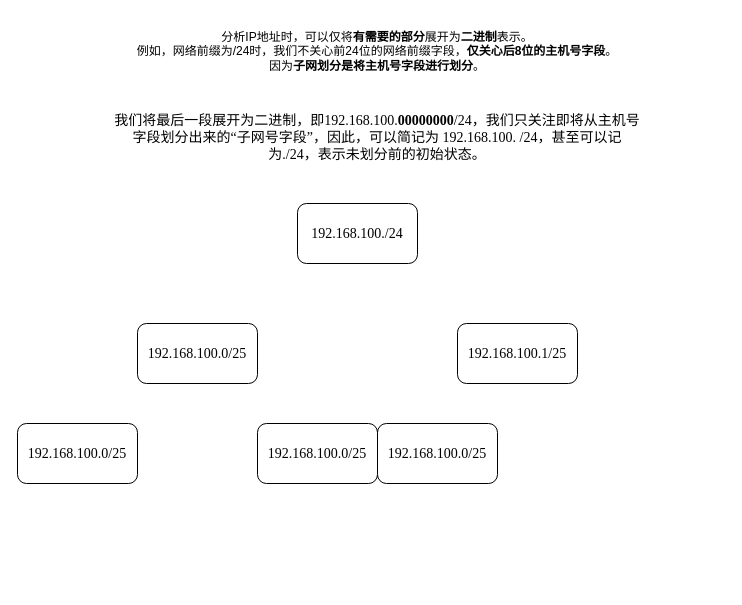
Earlier version of the draw.io diagram 绘图/变长掩码子网划分.drawio (galaxynn/PostgraduateEntranceExams). Source tidied: cells renumbered, new cells numbered last; positions are measured from the earlier drawing's top-left corner, leaving out a move shared by most shapes. Both pictures are drawn from the tidied source at 100%, with x=0, y=0 at pixel (17, 23).
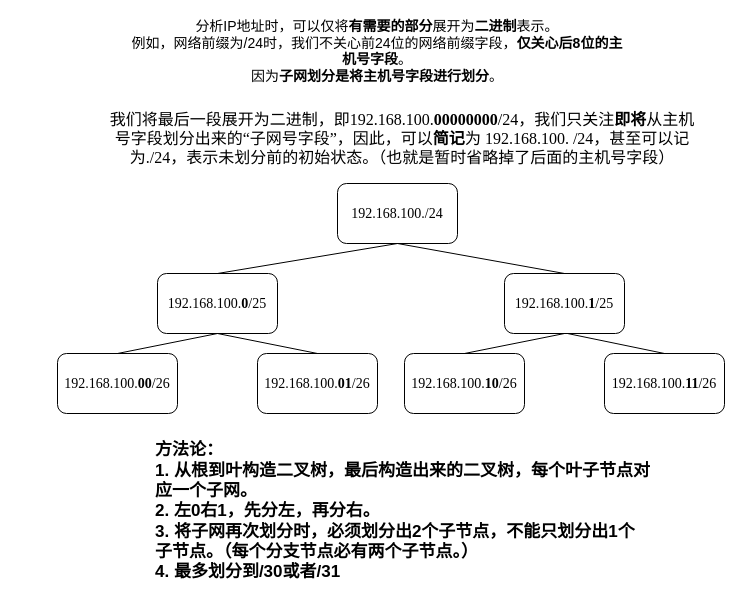
The same page after the edit.

Commit message:
vault backup: 2026-09-27 17:18:49

Change to the diagram source:
```diff
@@
 <mxGraphModel>
   <root>
     <mxCell id="0" />
     <mxCell id="1" parent="0" />
     <mxCell id="2" value="&lt;font face=&quot;Times New Roman&quot;&gt;192.168.100./24&lt;/font&gt;" style="rounded=1;whiteSpace=wrap;html=1;fontSize=14;fontFamily=Helvetica;" parent="1" vertex="1">
-      <mxGeometry x="280" y="180" width="120" height="60" as="geometry" />
+      <mxGeometry x="320" y="160" width="120" height="60" as="geometry" />
     </mxCell>
-    <mxCell id="3" value="&lt;font face=&quot;Times New Roman&quot;&gt;192.168.100.0/25&lt;/font&gt;" style="rounded=1;whiteSpace=wrap;html=1;fontSize=14;fontFamily=Helvetica;" parent="1" vertex="1">
-      <mxGeometry x="120" y="300" width="120" height="60" as="geometry" />
+    <mxCell id="3" value="&lt;font face=&quot;Times New Roman&quot;&gt;192.168.100.&lt;b&gt;0&lt;/b&gt;/25&lt;/font&gt;" style="rounded=1;whiteSpace=wrap;html=1;fontSize=14;fontFamily=Helvetica;" parent="1" vertex="1">
+      <mxGeometry x="140" y="250" width="120" height="60" as="geometry" />
     </mxCell>
-    <mxCell id="4" value="&lt;font face=&quot;Times New Roman&quot;&gt;192.168.100.1/25&lt;/font&gt;" style="rounded=1;whiteSpace=wrap;html=1;fontSize=14;fontFamily=Helvetica;" parent="1" vertex="1">
-      <mxGeometry x="440" y="300" width="120" height="60" as="geometry" />
-    </mxCell>
-    <mxCell id="5" value="分析IP地址时，可以仅将&lt;b&gt;有需要的部分&lt;/b&gt;展开为&lt;b&gt;二进制&lt;/b&gt;表示。&lt;br&gt;例如，网络前缀为/24时，我们不关心前24位的网络前缀字段，&lt;b&gt;仅关心后8位的主机号字段&lt;/b&gt;。&lt;br&gt;因为&lt;b&gt;子网划分是将主机号字段进行划分&lt;/b&gt;。&lt;div&gt;&lt;br/&gt;&lt;/div&gt;" style="text;html=1;align=center;verticalAlign=middle;whiteSpace=wrap;rounded=0;" parent="1" vertex="1">
+    <mxCell id="5" value="&lt;font style=&quot;font-size: 14px;&quot;&gt;分析IP地址时，可以仅将&lt;b style=&quot;&quot;&gt;有需要的部分&lt;/b&gt;展开为&lt;b style=&quot;&quot;&gt;二进制&lt;/b&gt;表示。&lt;br&gt;例如，网络前缀为/24时，我们不关心前24位的网络前缀字段，&lt;b style=&quot;&quot;&gt;仅关心后8位的主机号字段&lt;/b&gt;。&lt;br&gt;因为&lt;b style=&quot;&quot;&gt;子网划分是将主机号字段进行划分&lt;/b&gt;。&lt;/font&gt;&lt;div&gt;&lt;br&gt;&lt;/div&gt;" style="text;html=1;align=center;verticalAlign=middle;whiteSpace=wrap;rounded=0;" parent="1" vertex="1">
       <mxGeometry x="110" width="500" height="70" as="geometry" />
     </mxCell>
-    <mxCell id="6" value="&lt;span style=&quot;font-family: &amp;quot;Times New Roman&amp;quot;; font-size: 14px;&quot;&gt;我们将最后一段展开为二进制，即192.168.100.&lt;b&gt;00000000&lt;/b&gt;/24，我们只关注即将从主机号字段划分出来的“子网号字段”，因此，可以简记为 192.168.100.&lt;b&gt; &lt;/b&gt;/24，甚至可以记为./24，表示未划分前的初始状态。&lt;/span&gt;" style="text;html=1;align=center;verticalAlign=middle;whiteSpace=wrap;rounded=0;" parent="1" vertex="1">
-      <mxGeometry x="90" y="90" width="540" height="50" as="geometry" />
+    <mxCell id="6" value="&lt;span style=&quot;font-family: &amp;quot;Times New Roman&amp;quot;;&quot;&gt;&lt;font style=&quot;font-size: 16px;&quot;&gt;我们将最后一段展开为二进制，即192.168.100.&lt;b style=&quot;&quot;&gt;00000000&lt;/b&gt;/24，我们只关注&lt;b&gt;即将&lt;/b&gt;从主机号字段划分出来的“子网号字段”，因此，可以&lt;b&gt;简记&lt;/b&gt;为 192.168.100.&lt;b style=&quot;&quot;&gt; &lt;/b&gt;/24，甚至可以记为./24，表示未划分前的初始状态。（也就是暂时省略掉了后面的主机号字段）&lt;/font&gt;&lt;/span&gt;" style="text;html=1;align=center;verticalAlign=middle;whiteSpace=wrap;rounded=0;" parent="1" vertex="1">
+      <mxGeometry x="90" y="90" width="590" height="50" as="geometry" />
     </mxCell>
-    <mxCell id="7" value="&lt;font face=&quot;Times New Roman&quot;&gt;192.168.100.0/25&lt;/font&gt;" style="rounded=1;whiteSpace=wrap;html=1;fontSize=14;fontFamily=Helvetica;" parent="1" vertex="1">
-      <mxGeometry y="400" width="120" height="60" as="geometry" />
+    <mxCell id="7" value="&lt;font face=&quot;Times New Roman&quot;&gt;192.168.100.&lt;b&gt;00&lt;/b&gt;/26&lt;/font&gt;" style="rounded=1;whiteSpace=wrap;html=1;fontSize=14;fontFamily=Helvetica;" parent="1" vertex="1">
+      <mxGeometry x="40" y="330" width="120" height="60" as="geometry" />
     </mxCell>
-    <mxCell id="8" value="&lt;font face=&quot;Times New Roman&quot;&gt;192.168.100.0/25&lt;/font&gt;" style="rounded=1;whiteSpace=wrap;html=1;fontSize=14;fontFamily=Helvetica;" parent="1" vertex="1">
-      <mxGeometry x="240" y="400" width="120" height="60" as="geometry" />
+    <mxCell id="8" value="&lt;font face=&quot;Times New Roman&quot;&gt;192.168.100.&lt;b&gt;01&lt;/b&gt;/26&lt;/font&gt;" style="rounded=1;whiteSpace=wrap;html=1;fontSize=14;fontFamily=Helvetica;" parent="1" vertex="1">
+      <mxGeometry x="240" y="330" width="120" height="60" as="geometry" />
     </mxCell>
-    <mxCell id="9" value="&lt;font face=&quot;Times New Roman&quot;&gt;192.168.100.0/25&lt;/font&gt;" style="rounded=1;whiteSpace=wrap;html=1;fontSize=14;fontFamily=Helvetica;" parent="1" vertex="1">
-      <mxGeometry x="360" y="400" width="120" height="60" as="geometry" />
-    </mxCell>
+    <mxCell id="10" value="&lt;font face=&quot;Times New Roman&quot;&gt;192.168.100.&lt;b&gt;1&lt;/b&gt;/25&lt;/font&gt;" style="rounded=1;whiteSpace=wrap;html=1;fontSize=14;fontFamily=Helvetica;" parent="1" vertex="1">
+      <mxGeometry x="487" y="250" width="120" height="60" as="geometry" />
+    </mxCell>
+    <mxCell id="11" value="&lt;font face=&quot;Times New Roman&quot;&gt;192.168.100.&lt;b&gt;10&lt;/b&gt;/26&lt;/font&gt;" style="rounded=1;whiteSpace=wrap;html=1;fontSize=14;fontFamily=Helvetica;" parent="1" vertex="1">
+      <mxGeometry x="387" y="330" width="120" height="60" as="geometry" />
+    </mxCell>
+    <mxCell id="12" value="&lt;font face=&quot;Times New Roman&quot;&gt;192.168.100.&lt;b&gt;11&lt;/b&gt;/26&lt;/font&gt;" style="rounded=1;whiteSpace=wrap;html=1;fontSize=14;fontFamily=Helvetica;" parent="1" vertex="1">
+      <mxGeometry x="587" y="330" width="120" height="60" as="geometry" />
+    </mxCell>
+    <mxCell id="13" style="endArrow=none;html=1;rounded=0;exitX=0.5;exitY=0;exitDx=0;exitDy=0;entryX=0.5;entryY=1;entryDx=0;entryDy=0;" parent="1" edge="1" source="3" target="2">
+      <mxGeometry relative="1" as="geometry" />
+    </mxCell>
+    <mxCell id="14" style="endArrow=none;html=1;rounded=0;exitX=0.5;exitY=0;exitDx=0;exitDy=0;entryX=0.5;entryY=1;entryDx=0;entryDy=0;" parent="1" edge="1" source="10" target="2">
+      <mxGeometry relative="1" as="geometry" />
+    </mxCell>
+    <mxCell id="15" style="endArrow=none;html=1;rounded=0;exitX=0.5;exitY=0;exitDx=0;exitDy=0;entryX=0.5;entryY=1;entryDx=0;entryDy=0;" parent="1" edge="1" source="7" target="3">
+      <mxGeometry relative="1" as="geometry" />
+    </mxCell>
+    <mxCell id="16" style="endArrow=none;html=1;rounded=0;exitX=0.5;exitY=0;exitDx=0;exitDy=0;entryX=0.5;entryY=1;entryDx=0;entryDy=0;" parent="1" edge="1" source="8" target="3">
+      <mxGeometry relative="1" as="geometry" />
+    </mxCell>
+    <mxCell id="17" style="endArrow=none;html=1;rounded=0;exitX=0.5;exitY=0;exitDx=0;exitDy=0;entryX=0.5;entryY=1;entryDx=0;entryDy=0;" parent="1" edge="1" source="11" target="10">
+      <mxGeometry relative="1" as="geometry" />
+    </mxCell>
+    <mxCell id="18" style="endArrow=none;html=1;rounded=0;exitX=0.5;exitY=0;exitDx=0;exitDy=0;" parent="1" edge="1" source="12">
+      <mxGeometry relative="1" as="geometry">
+        <mxPoint x="550" y="310" as="targetPoint" />
+      </mxGeometry>
+    </mxCell>
+    <mxCell id="19" value="&lt;font style=&quot;font-size: 17px;&quot; face=&quot;华文中宋&quot;&gt;&lt;b&gt;方法论：&lt;br&gt;1. 从根到叶构造二叉树，最后构造出来的二叉树，每个叶子节点对应一个子网。&lt;br&gt;2. 左0右1，先分左，再分右。&lt;br&gt;3. 将子网再次划分时，必须划分出2个子节点，不能只划分出1个子节点。（&lt;/b&gt;&lt;/font&gt;&lt;b style=&quot;font-family: 华文中宋; font-size: 17px;&quot;&gt;每个分支节点必有两个子节点。&lt;/b&gt;&lt;font style=&quot;font-size: 17px;&quot; face=&quot;华文中宋&quot;&gt;&lt;b&gt;）&lt;br&gt;4. 最多划分到/30或者/31&lt;/b&gt;&lt;/font&gt;" style="text;html=1;align=left;verticalAlign=middle;whiteSpace=wrap;rounded=0;" parent="1" vertex="1">
+      <mxGeometry x="136" y="410" width="498" height="155" as="geometry" />
+    </mxCell>
   </root>
 </mxGraphModel>
```
